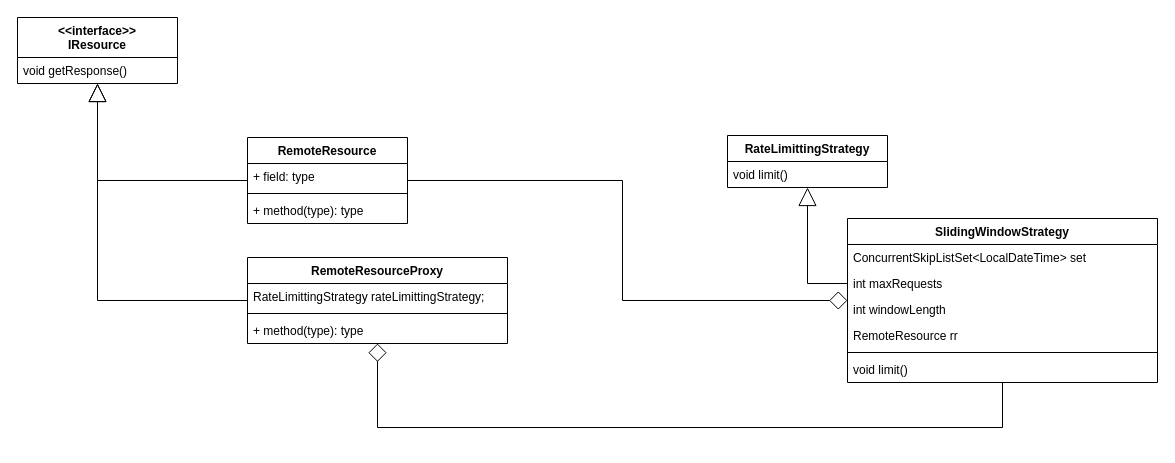
Before: Rate_Limitter_LLD.drawio in akshat-code21/rate_limitter_lld, a draw.io diagram. Source tidied: cells renumbered, new cells numbered last; positions are measured from the earlier drawing's top-left corner, leaving out a move shared by most shapes. Both pictures are drawn from the tidied source at 100%, with x=0, y=0 at pixel (17, 17).
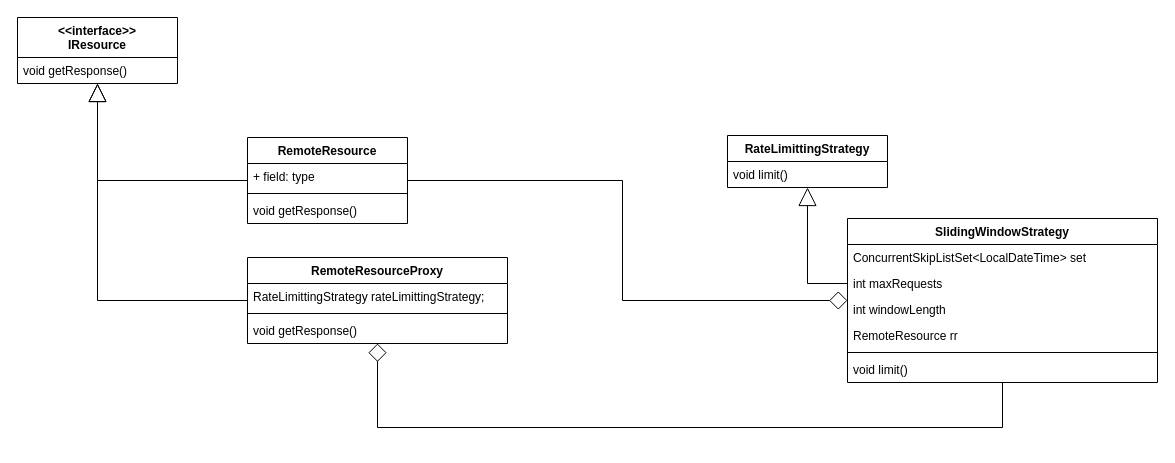
The same diagram, later.

Unchanged cells that the change refers to:
```xml
<mxCell id="6" value="RemoteResource" style="swimlane;fontStyle=1;align=center;verticalAlign=top;horizontal=1;startSize=26;whiteSpace=wrap;html=1;" parent="1" vertex="1">
  <mxGeometry x="230" y="120" width="160" height="86" as="geometry" />
</mxCell>
<mxCell id="11" value="RemoteResourceProxy" style="swimlane;fontStyle=1;align=center;verticalAlign=top;horizontal=1;startSize=26;whiteSpace=wrap;html=1;" parent="1" vertex="1">
  <mxGeometry x="230" y="240" width="260" height="86" as="geometry" />
</mxCell>
```

What changed in the source:
```diff
@@
-    <mxCell id="9" value="+ method(type): type" style="text;strokeColor=none;fillColor=none;align=left;verticalAlign=top;spacingLeft=4;spacingRight=4;overflow=hidden;whiteSpace=wrap;html=1;" parent="6" vertex="1">
+    <mxCell id="9" value="void getResponse()" style="text;strokeColor=none;fillColor=none;align=left;verticalAlign=top;spacingLeft=4;spacingRight=4;overflow=hidden;whiteSpace=wrap;html=1;" parent="6" vertex="1">
       <mxGeometry y="60" width="160" height="26" as="geometry" />
     </mxCell>
@@
-    <mxCell id="14" value="+ method(type): type" style="text;strokeColor=none;fillColor=none;align=left;verticalAlign=top;spacingLeft=4;spacingRight=4;overflow=hidden;whiteSpace=wrap;html=1;" parent="11" vertex="1">
+    <mxCell id="14" value="void getResponse()" style="text;strokeColor=none;fillColor=none;align=left;verticalAlign=top;spacingLeft=4;spacingRight=4;overflow=hidden;whiteSpace=wrap;html=1;" parent="11" vertex="1">
       <mxGeometry y="60" width="260" height="26" as="geometry" />
     </mxCell>
```
